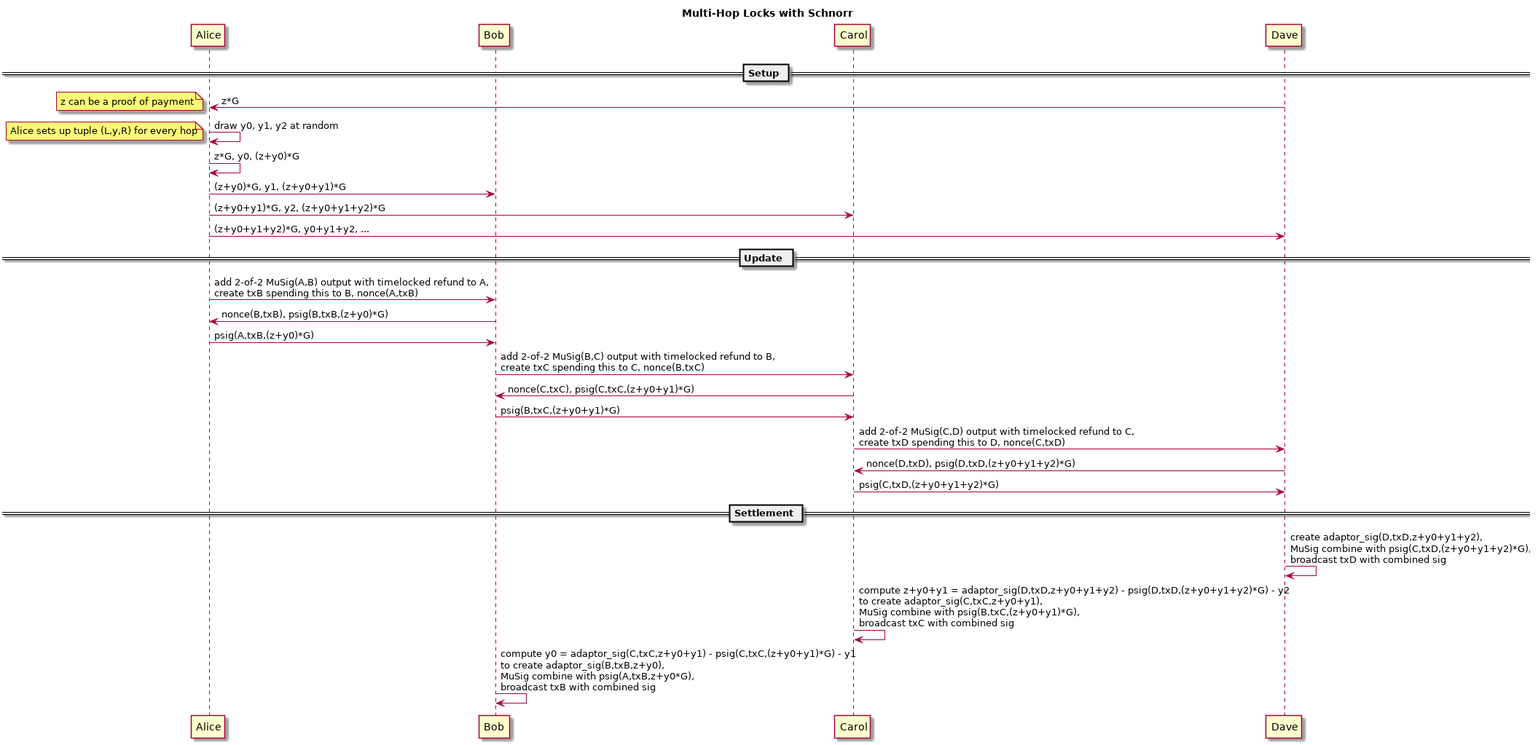
This is md/images/multi-hop-locks.png from BlockstreamResearch/scriptless-scripts, a PlantUML export, as it was before one commit.
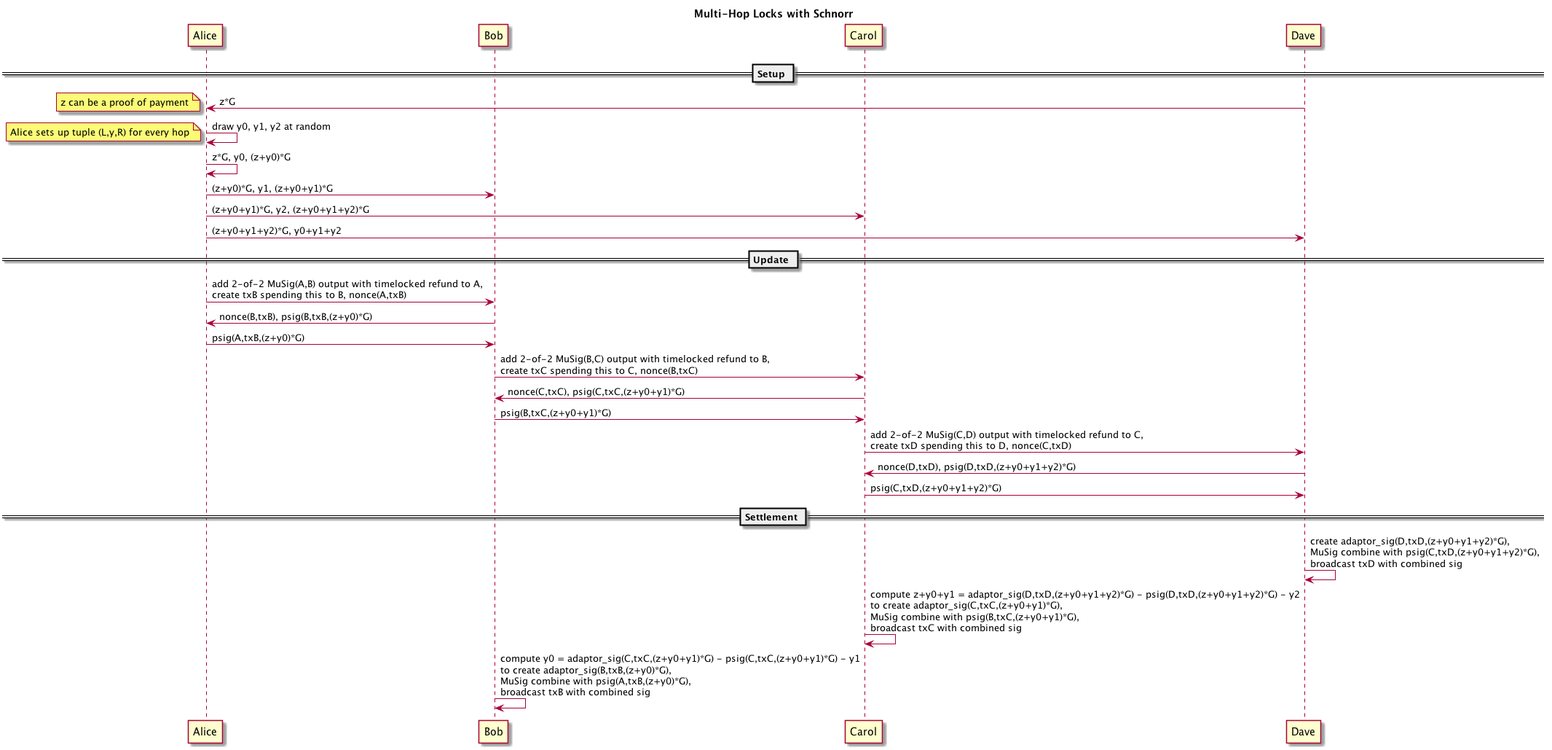
The same file after the commit.

Commit message:
fixed typos in the images for the multihop graphic

Diff of the diagram source:
```diff
@@ -18,7 +18,7 @@
     Alice->Alice: z*G, y0, (z+y0)*G
     Alice->Bob  : (z+y0)*G, y1, (z+y0+y1)*G
     Alice->Carol: (z+y0+y1)*G, y2, (z+y0+y1+y2)*G
-    Alice->Dave : (z+y0+y1+y2)*G, y0+y1+y2, ...
+    Alice->Dave : (z+y0+y1+y2)*G, y0+y1+y2
 
 == Update ==
 
@@ -34,8 +34,8 @@
 
 == Settlement ==
 
-Dave->Dave : create adaptor_sig(D,txD,z+y0+y1+y2),\nMuSig combine with psig(C,txD,(z+y0+y1+y2)*G),\nbroadcast txD with combined sig
-Carol->Carol : compute z+y0+y1 = adaptor_sig(D,txD,z+y0+y1+y2) - psig(D,txD,(z+y0+y1+y2)*G) - y2\nto create adaptor_sig(C,txC,z+y0+y1),\nMuSig combine with psig(B,txC,(z+y0+y1)*G),\nbroadcast txC with combined sig
-Bob->Bob : compute y0 = adaptor_sig(C,txC,z+y0+y1) - psig(C,txC,(z+y0+y1)*G) - y1\nto create adaptor_sig(B,txB,z+y0),\nMuSig combine with psig(A,txB,z+y0*G),\nbroadcast txB with combined sig
+Dave->Dave : create adaptor_sig(D,txD,(z+y0+y1+y2)*G),\nMuSig combine with psig(C,txD,(z+y0+y1+y2)*G),\nbroadcast txD with combined sig
+Carol->Carol : compute z+y0+y1 = adaptor_sig(D,txD,(z+y0+y1+y2)*G) - psig(D,txD,(z+y0+y1+y2)*G) - y2\nto create adaptor_sig(C,txC,(z+y0+y1)*G),\nMuSig combine with psig(B,txC,(z+y0+y1)*G),\nbroadcast txC with combined sig
+Bob->Bob : compute y0 = adaptor_sig(C,txC,(z+y0+y1)*G) - psig(C,txC,(z+y0+y1)*G) - y1\nto create adaptor_sig(B,txB,(z+y0)*G),\nMuSig combine with psig(A,txB,(z+y0)*G),\nbroadcast txB with combined sig
 
 @enduml
```
